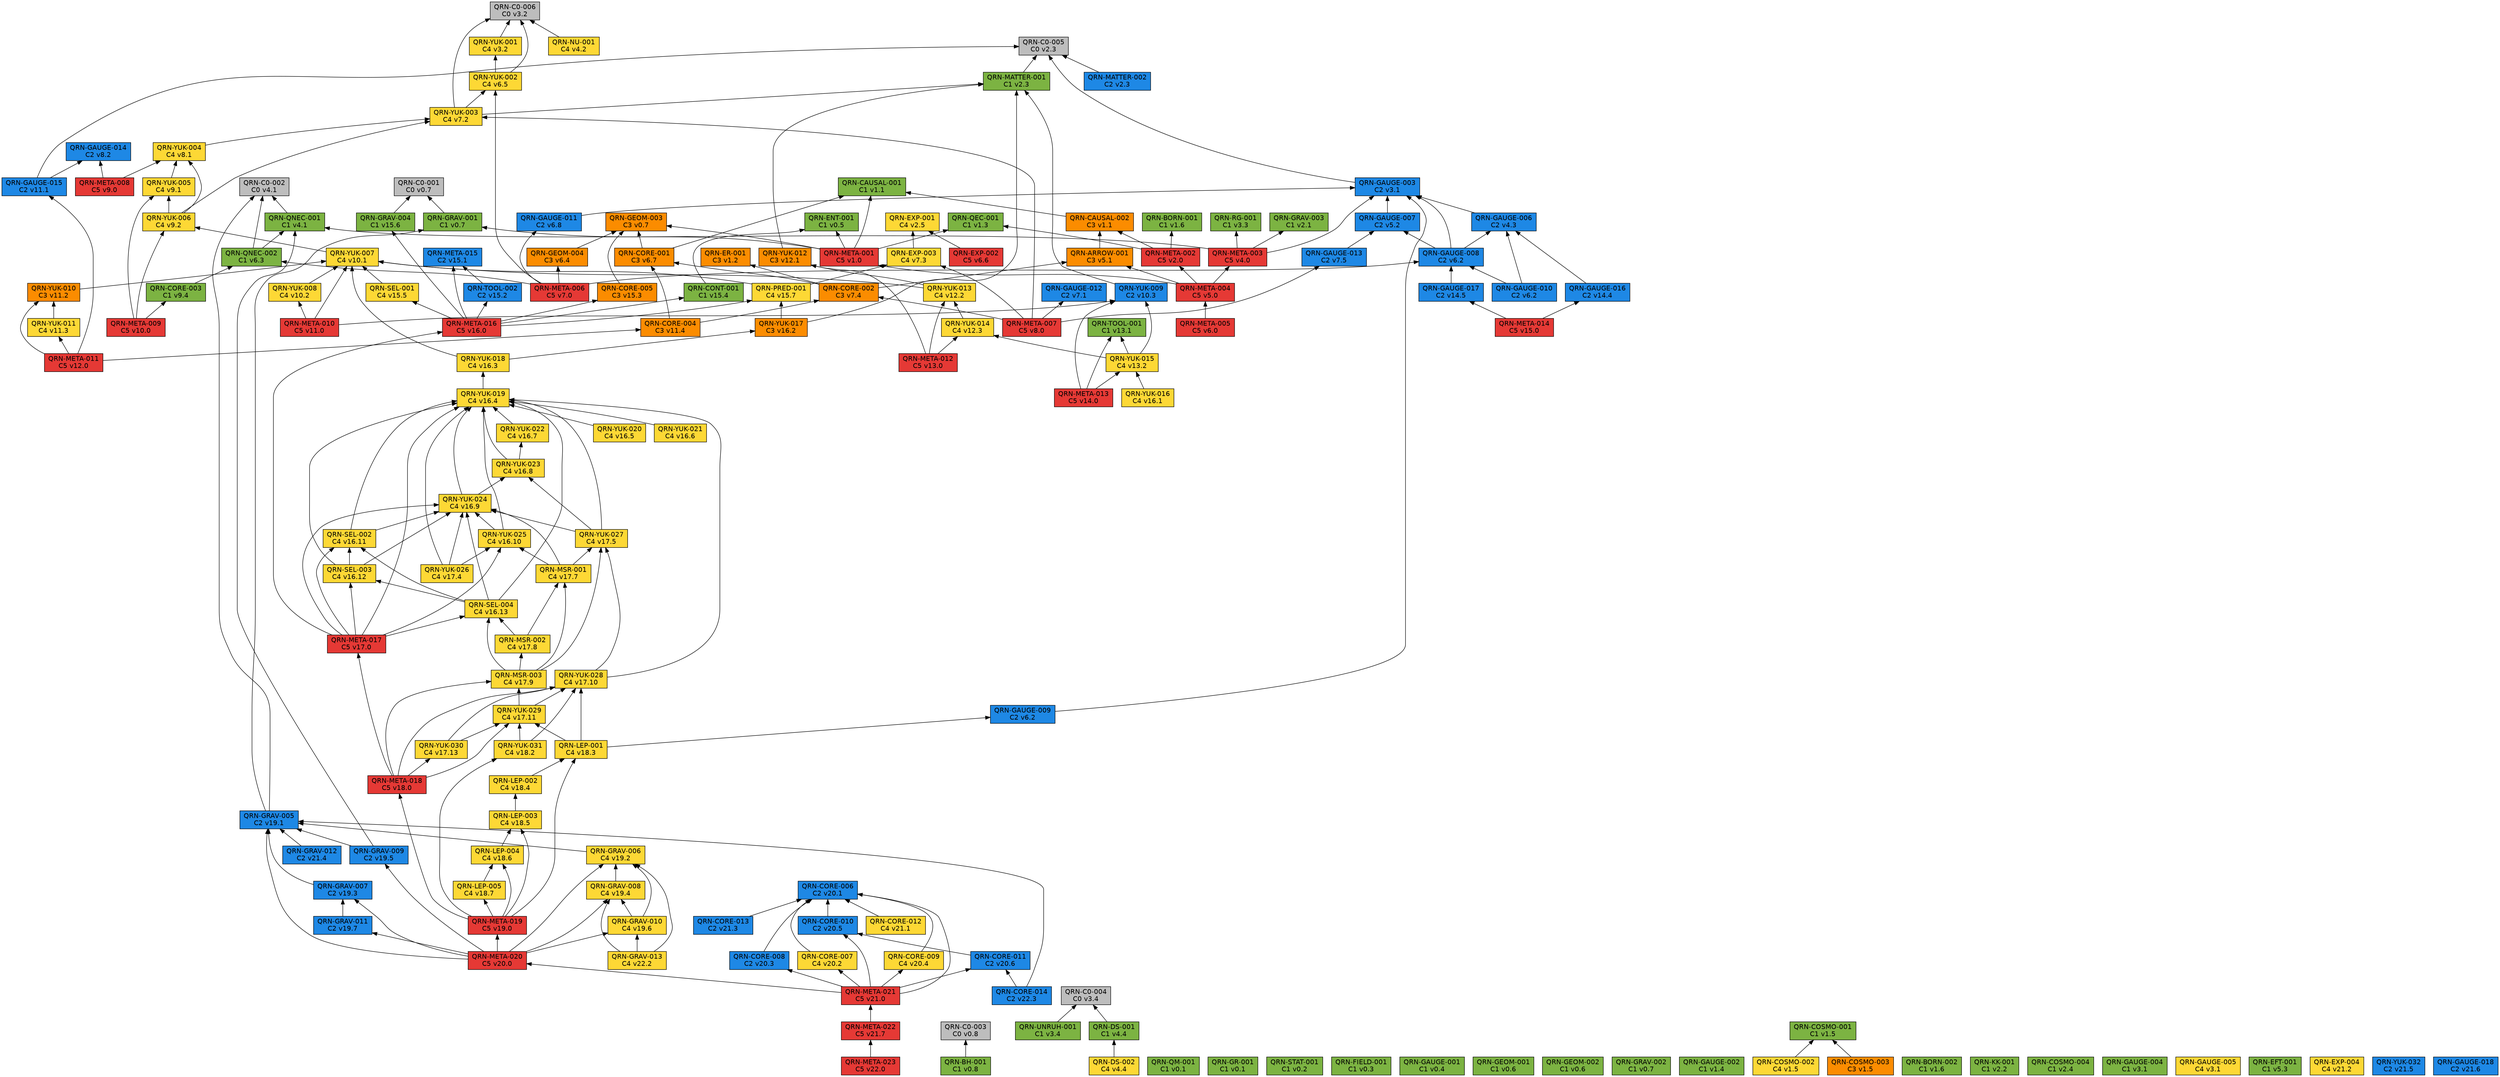
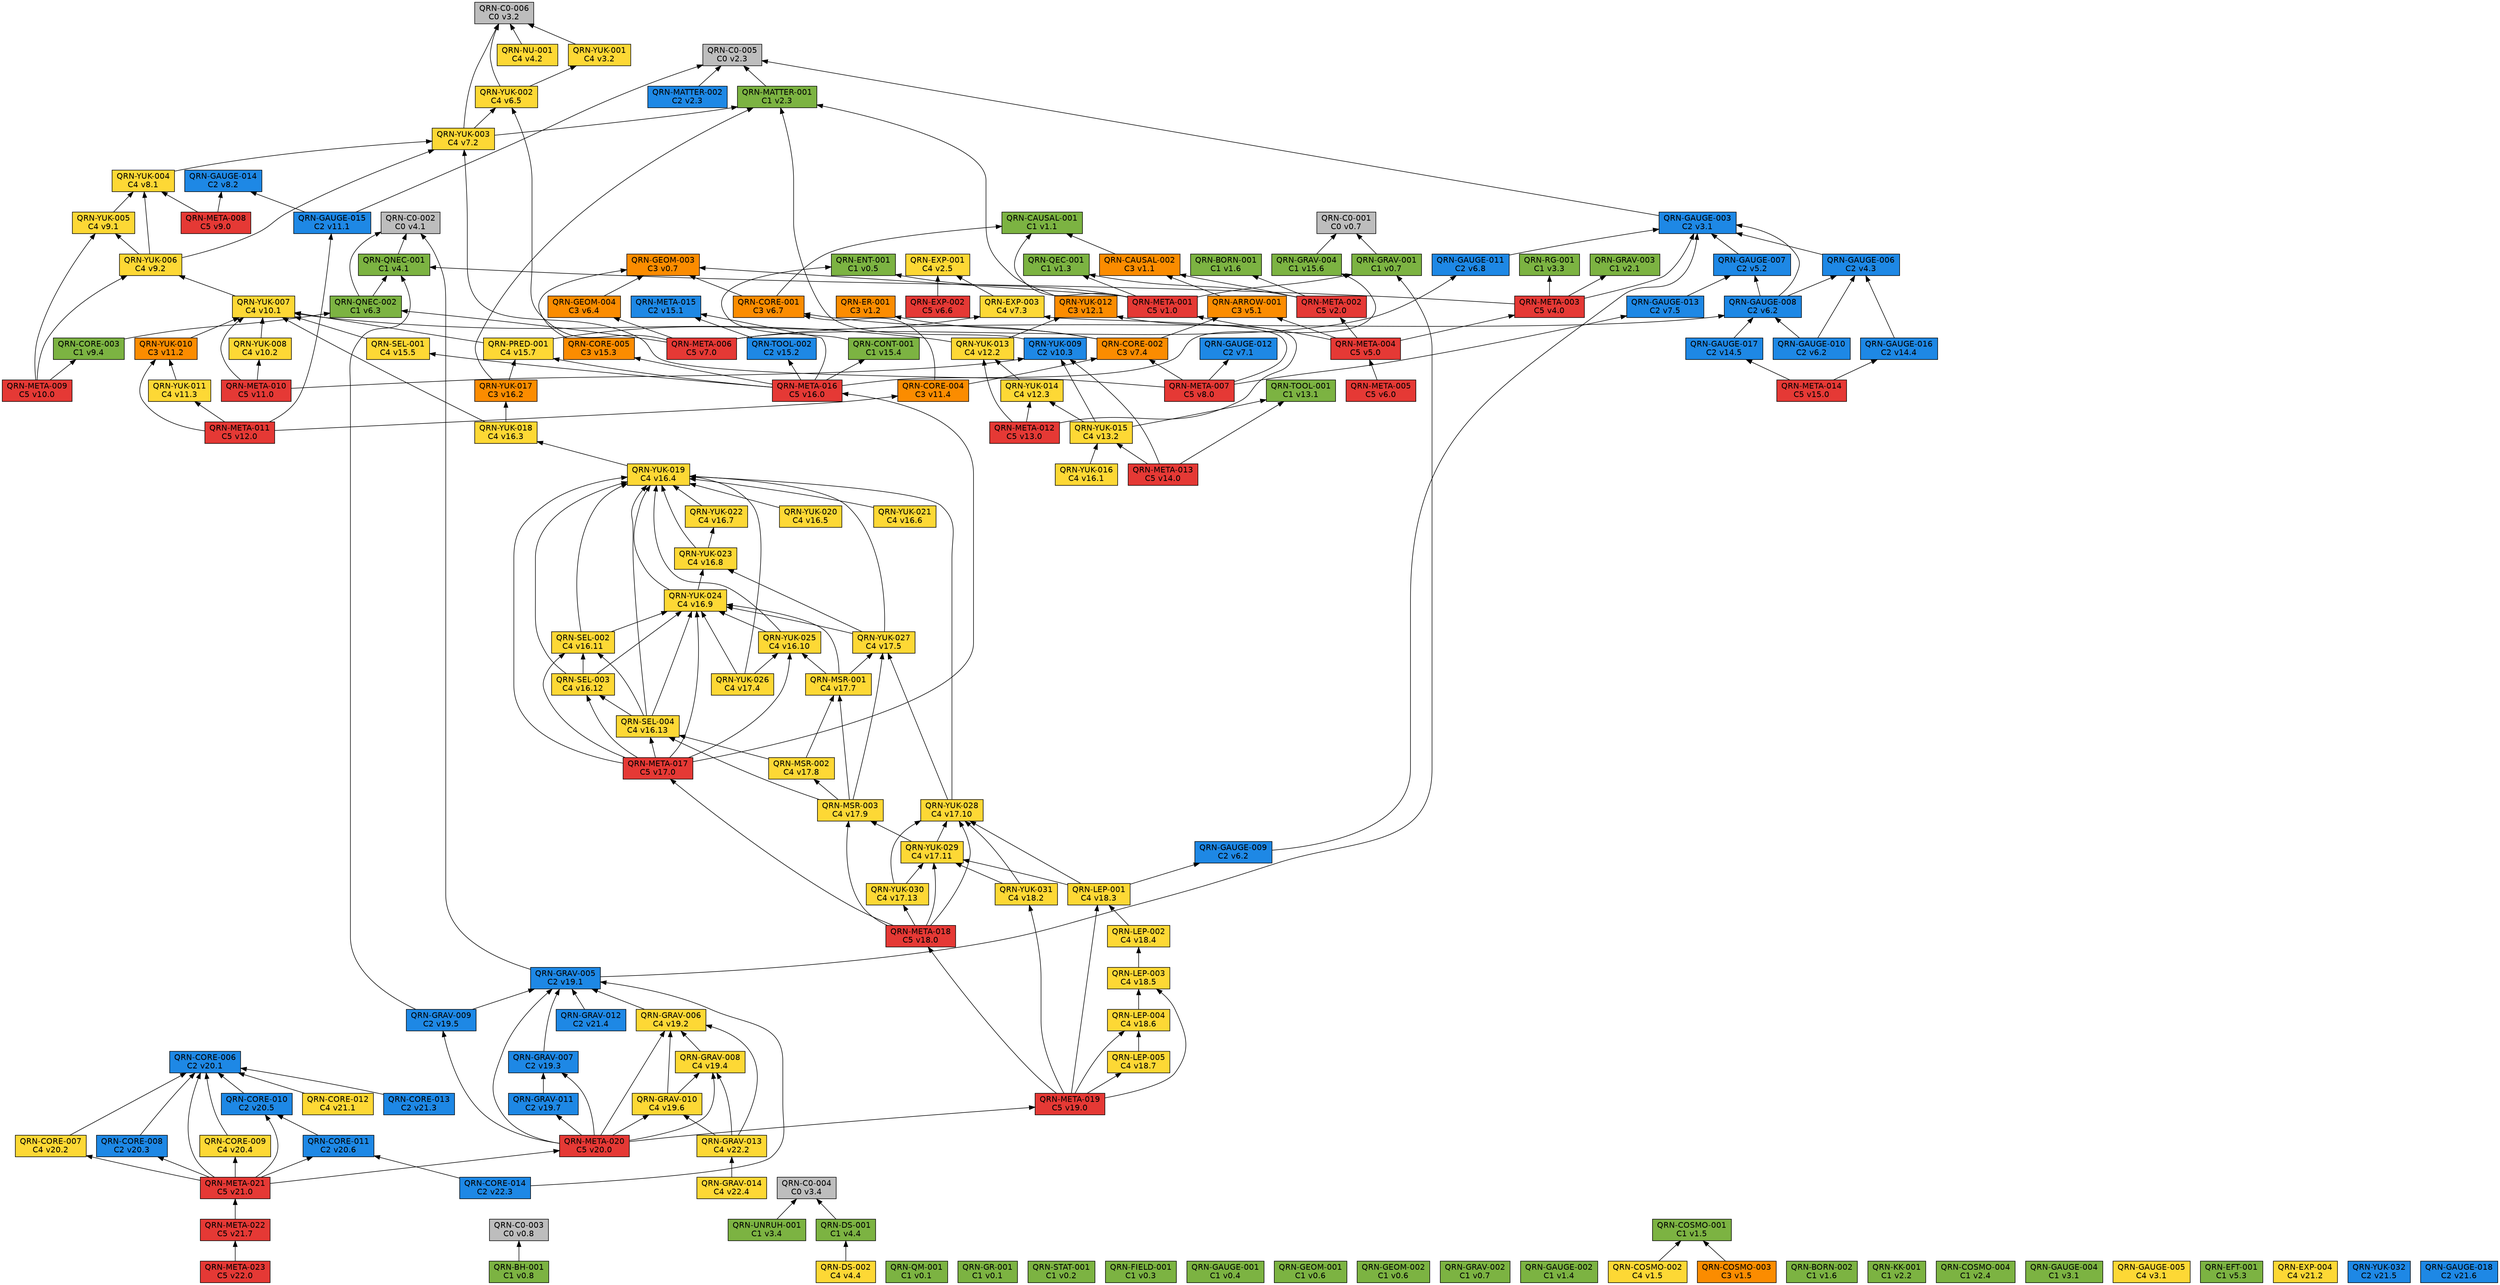
// 自動生成 (dag/report.pl) — QRN 主張依存グラフ
digraph qrn {
  rankdir=BT;
  node [shape=box, style=filled, fontname="Helvetica"];
  "QRN-C0-001" [fillcolor="#bdbdbd", label="QRN-C0-001\nC0 v0.7"];
  "QRN-C0-002" [fillcolor="#bdbdbd", label="QRN-C0-002\nC0 v4.1"];
  "QRN-C0-003" [fillcolor="#bdbdbd", label="QRN-C0-003\nC0 v0.8"];
  "QRN-C0-004" [fillcolor="#bdbdbd", label="QRN-C0-004\nC0 v3.4"];
  "QRN-C0-005" [fillcolor="#bdbdbd", label="QRN-C0-005\nC0 v2.3"];
  "QRN-C0-006" [fillcolor="#bdbdbd", label="QRN-C0-006\nC0 v3.2"];
  "QRN-QM-001" [fillcolor="#7cb342", label="QRN-QM-001\nC1 v0.1"];
  "QRN-GR-001" [fillcolor="#7cb342", label="QRN-GR-001\nC1 v0.1"];
  "QRN-STAT-001" [fillcolor="#7cb342", label="QRN-STAT-001\nC1 v0.2"];
  "QRN-FIELD-001" [fillcolor="#7cb342", label="QRN-FIELD-001\nC1 v0.3"];
  "QRN-GAUGE-001" [fillcolor="#7cb342", label="QRN-GAUGE-001\nC1 v0.4"];
  "QRN-ENT-001" [fillcolor="#7cb342", label="QRN-ENT-001\nC1 v0.5"];
  "QRN-GEOM-001" [fillcolor="#7cb342", label="QRN-GEOM-001\nC1 v0.6"];
  "QRN-GEOM-002" [fillcolor="#7cb342", label="QRN-GEOM-002\nC1 v0.6"];
  "QRN-GEOM-003" [fillcolor="#fb8c00", label="QRN-GEOM-003\nC3 v0.7"];
  "QRN-GRAV-001" [fillcolor="#7cb342", label="QRN-GRAV-001\nC1 v0.7"];
  "QRN-GRAV-002" [fillcolor="#7cb342", label="QRN-GRAV-002\nC1 v0.7"];
  "QRN-BH-001" [fillcolor="#7cb342", label="QRN-BH-001\nC1 v0.8"];
  "QRN-CAUSAL-001" [fillcolor="#7cb342", label="QRN-CAUSAL-001\nC1 v1.1"];
  "QRN-CAUSAL-002" [fillcolor="#fb8c00", label="QRN-CAUSAL-002\nC3 v1.1"];
  "QRN-ER-001" [fillcolor="#fb8c00", label="QRN-ER-001\nC3 v1.2"];
  "QRN-QEC-001" [fillcolor="#7cb342", label="QRN-QEC-001\nC1 v1.3"];
  "QRN-GAUGE-002" [fillcolor="#7cb342", label="QRN-GAUGE-002\nC1 v1.4"];
  "QRN-COSMO-001" [fillcolor="#7cb342", label="QRN-COSMO-001\nC1 v1.5"];
  "QRN-COSMO-002" [fillcolor="#fdd835", label="QRN-COSMO-002\nC4 v1.5"];
  "QRN-COSMO-003" [fillcolor="#fb8c00", label="QRN-COSMO-003\nC3 v1.5"];
  "QRN-BORN-001" [fillcolor="#7cb342", label="QRN-BORN-001\nC1 v1.6"];
  "QRN-BORN-002" [fillcolor="#7cb342", label="QRN-BORN-002\nC1 v1.6"];
  "QRN-GRAV-003" [fillcolor="#7cb342", label="QRN-GRAV-003\nC1 v2.1"];
  "QRN-KK-001" [fillcolor="#7cb342", label="QRN-KK-001\nC1 v2.2"];
  "QRN-MATTER-001" [fillcolor="#7cb342", label="QRN-MATTER-001\nC1 v2.3"];
  "QRN-MATTER-002" [fillcolor="#1e88e5", label="QRN-MATTER-002\nC2 v2.3"];
  "QRN-COSMO-004" [fillcolor="#7cb342", label="QRN-COSMO-004\nC1 v2.4"];
  "QRN-EXP-001" [fillcolor="#fdd835", label="QRN-EXP-001\nC4 v2.5"];
  "QRN-GAUGE-003" [fillcolor="#1e88e5", label="QRN-GAUGE-003\nC2 v3.1"];
  "QRN-GAUGE-004" [fillcolor="#7cb342", label="QRN-GAUGE-004\nC1 v3.1"];
  "QRN-GAUGE-005" [fillcolor="#fdd835", label="QRN-GAUGE-005\nC4 v3.1"];
  "QRN-YUK-001" [fillcolor="#fdd835", label="QRN-YUK-001\nC4 v3.2"];
  "QRN-RG-001" [fillcolor="#7cb342", label="QRN-RG-001\nC1 v3.3"];
  "QRN-UNRUH-001" [fillcolor="#7cb342", label="QRN-UNRUH-001\nC1 v3.4"];
  "QRN-QNEC-001" [fillcolor="#7cb342", label="QRN-QNEC-001\nC1 v4.1"];
  "QRN-NU-001" [fillcolor="#fdd835", label="QRN-NU-001\nC4 v4.2"];
  "QRN-GAUGE-006" [fillcolor="#1e88e5", label="QRN-GAUGE-006\nC2 v4.3"];
  "QRN-DS-001" [fillcolor="#7cb342", label="QRN-DS-001\nC1 v4.4"];
  "QRN-DS-002" [fillcolor="#fdd835", label="QRN-DS-002\nC4 v4.4"];
  "QRN-ARROW-001" [fillcolor="#fb8c00", label="QRN-ARROW-001\nC3 v5.1"];
  "QRN-GAUGE-007" [fillcolor="#1e88e5", label="QRN-GAUGE-007\nC2 v5.2"];
  "QRN-EFT-001" [fillcolor="#7cb342", label="QRN-EFT-001\nC1 v5.3"];
  "QRN-GAUGE-008" [fillcolor="#1e88e5", label="QRN-GAUGE-008\nC2 v6.2"];
  "QRN-GAUGE-009" [fillcolor="#1e88e5", label="QRN-GAUGE-009\nC2 v6.2"];
  "QRN-GAUGE-010" [fillcolor="#1e88e5", label="QRN-GAUGE-010\nC2 v6.2"];
  "QRN-QNEC-002" [fillcolor="#7cb342", label="QRN-QNEC-002\nC1 v6.3"];
  "QRN-GEOM-004" [fillcolor="#fb8c00", label="QRN-GEOM-004\nC3 v6.4"];
  "QRN-YUK-002" [fillcolor="#fdd835", label="QRN-YUK-002\nC4 v6.5"];
  "QRN-EXP-002" [fillcolor="#e53935", label="QRN-EXP-002\nC5 v6.6"];
  "QRN-CORE-001" [fillcolor="#fb8c00", label="QRN-CORE-001\nC3 v6.7"];
  "QRN-GAUGE-011" [fillcolor="#1e88e5", label="QRN-GAUGE-011\nC2 v6.8"];
  "QRN-GAUGE-012" [fillcolor="#1e88e5", label="QRN-GAUGE-012\nC2 v7.1"];
  "QRN-YUK-003" [fillcolor="#fdd835", label="QRN-YUK-003\nC4 v7.2"];
  "QRN-EXP-003" [fillcolor="#fdd835", label="QRN-EXP-003\nC4 v7.3"];
  "QRN-CORE-002" [fillcolor="#fb8c00", label="QRN-CORE-002\nC3 v7.4"];
  "QRN-GAUGE-013" [fillcolor="#1e88e5", label="QRN-GAUGE-013\nC2 v7.5"];
  "QRN-YUK-004" [fillcolor="#fdd835", label="QRN-YUK-004\nC4 v8.1"];
  "QRN-GAUGE-014" [fillcolor="#1e88e5", label="QRN-GAUGE-014\nC2 v8.2"];
  "QRN-META-001" [fillcolor="#e53935", label="QRN-META-001\nC5 v1.0"];
  "QRN-META-002" [fillcolor="#e53935", label="QRN-META-002\nC5 v2.0"];
  "QRN-META-003" [fillcolor="#e53935", label="QRN-META-003\nC5 v4.0"];
  "QRN-META-004" [fillcolor="#e53935", label="QRN-META-004\nC5 v5.0"];
  "QRN-META-005" [fillcolor="#e53935", label="QRN-META-005\nC5 v6.0"];
  "QRN-META-006" [fillcolor="#e53935", label="QRN-META-006\nC5 v7.0"];
  "QRN-META-007" [fillcolor="#e53935", label="QRN-META-007\nC5 v8.0"];
  "QRN-META-008" [fillcolor="#e53935", label="QRN-META-008\nC5 v9.0"];
  "QRN-YUK-005" [fillcolor="#fdd835", label="QRN-YUK-005\nC4 v9.1"];
  "QRN-YUK-006" [fillcolor="#fdd835", label="QRN-YUK-006\nC4 v9.2"];
  "QRN-CORE-003" [fillcolor="#7cb342", label="QRN-CORE-003\nC1 v9.4"];
  "QRN-META-009" [fillcolor="#e53935", label="QRN-META-009\nC5 v10.0"];
  "QRN-YUK-007" [fillcolor="#fdd835", label="QRN-YUK-007\nC4 v10.1"];
  "QRN-YUK-008" [fillcolor="#fdd835", label="QRN-YUK-008\nC4 v10.2"];
  "QRN-YUK-009" [fillcolor="#1e88e5", label="QRN-YUK-009\nC2 v10.3"];
  "QRN-META-010" [fillcolor="#e53935", label="QRN-META-010\nC5 v11.0"];
  "QRN-GAUGE-015" [fillcolor="#1e88e5", label="QRN-GAUGE-015\nC2 v11.1"];
  "QRN-YUK-010" [fillcolor="#fb8c00", label="QRN-YUK-010\nC3 v11.2"];
  "QRN-YUK-011" [fillcolor="#fdd835", label="QRN-YUK-011\nC4 v11.3"];
  "QRN-CORE-004" [fillcolor="#fb8c00", label="QRN-CORE-004\nC3 v11.4"];
  "QRN-META-011" [fillcolor="#e53935", label="QRN-META-011\nC5 v12.0"];
  "QRN-YUK-012" [fillcolor="#fb8c00", label="QRN-YUK-012\nC3 v12.1"];
  "QRN-YUK-013" [fillcolor="#fdd835", label="QRN-YUK-013\nC4 v12.2"];
  "QRN-YUK-014" [fillcolor="#fdd835", label="QRN-YUK-014\nC4 v12.3"];
  "QRN-META-012" [fillcolor="#e53935", label="QRN-META-012\nC5 v13.0"];
  "QRN-TOOL-001" [fillcolor="#7cb342", label="QRN-TOOL-001\nC1 v13.1"];
  "QRN-YUK-015" [fillcolor="#fdd835", label="QRN-YUK-015\nC4 v13.2"];
  "QRN-META-013" [fillcolor="#e53935", label="QRN-META-013\nC5 v14.0"];
  "QRN-GAUGE-016" [fillcolor="#1e88e5", label="QRN-GAUGE-016\nC2 v14.4"];
  "QRN-GAUGE-017" [fillcolor="#1e88e5", label="QRN-GAUGE-017\nC2 v14.5"];
  "QRN-META-014" [fillcolor="#e53935", label="QRN-META-014\nC5 v15.0"];
  "QRN-META-015" [fillcolor="#1e88e5", label="QRN-META-015\nC2 v15.1"];
  "QRN-TOOL-002" [fillcolor="#1e88e5", label="QRN-TOOL-002\nC2 v15.2"];
  "QRN-CORE-005" [fillcolor="#fb8c00", label="QRN-CORE-005\nC3 v15.3"];
  "QRN-CONT-001" [fillcolor="#7cb342", label="QRN-CONT-001\nC1 v15.4"];
  "QRN-SEL-001" [fillcolor="#fdd835", label="QRN-SEL-001\nC4 v15.5"];
  "QRN-GRAV-004" [fillcolor="#7cb342", label="QRN-GRAV-004\nC1 v15.6"];
  "QRN-PRED-001" [fillcolor="#fdd835", label="QRN-PRED-001\nC4 v15.7"];
  "QRN-META-016" [fillcolor="#e53935", label="QRN-META-016\nC5 v16.0"];
  "QRN-YUK-016" [fillcolor="#fdd835", label="QRN-YUK-016\nC4 v16.1"];
  "QRN-YUK-017" [fillcolor="#fb8c00", label="QRN-YUK-017\nC3 v16.2"];
  "QRN-YUK-018" [fillcolor="#fdd835", label="QRN-YUK-018\nC4 v16.3"];
  "QRN-YUK-019" [fillcolor="#fdd835", label="QRN-YUK-019\nC4 v16.4"];
  "QRN-YUK-020" [fillcolor="#fdd835", label="QRN-YUK-020\nC4 v16.5"];
  "QRN-YUK-021" [fillcolor="#fdd835", label="QRN-YUK-021\nC4 v16.6"];
  "QRN-YUK-022" [fillcolor="#fdd835", label="QRN-YUK-022\nC4 v16.7"];
  "QRN-YUK-023" [fillcolor="#fdd835", label="QRN-YUK-023\nC4 v16.8"];
  "QRN-YUK-024" [fillcolor="#fdd835", label="QRN-YUK-024\nC4 v16.9"];
  "QRN-YUK-025" [fillcolor="#fdd835", label="QRN-YUK-025\nC4 v16.10"];
  "QRN-SEL-002" [fillcolor="#fdd835", label="QRN-SEL-002\nC4 v16.11"];
  "QRN-SEL-003" [fillcolor="#fdd835", label="QRN-SEL-003\nC4 v16.12"];
  "QRN-SEL-004" [fillcolor="#fdd835", label="QRN-SEL-004\nC4 v16.13"];
  "QRN-META-017" [fillcolor="#e53935", label="QRN-META-017\nC5 v17.0"];
  "QRN-YUK-026" [fillcolor="#fdd835", label="QRN-YUK-026\nC4 v17.4"];
  "QRN-YUK-027" [fillcolor="#fdd835", label="QRN-YUK-027\nC4 v17.5"];
  "QRN-MSR-001" [fillcolor="#fdd835", label="QRN-MSR-001\nC4 v17.7"];
  "QRN-MSR-002" [fillcolor="#fdd835", label="QRN-MSR-002\nC4 v17.8"];
  "QRN-MSR-003" [fillcolor="#fdd835", label="QRN-MSR-003\nC4 v17.9"];
  "QRN-YUK-028" [fillcolor="#fdd835", label="QRN-YUK-028\nC4 v17.10"];
  "QRN-YUK-029" [fillcolor="#fdd835", label="QRN-YUK-029\nC4 v17.11"];
  "QRN-YUK-030" [fillcolor="#fdd835", label="QRN-YUK-030\nC4 v17.13"];
  "QRN-META-018" [fillcolor="#e53935", label="QRN-META-018\nC5 v18.0"];
  "QRN-YUK-031" [fillcolor="#fdd835", label="QRN-YUK-031\nC4 v18.2"];
  "QRN-LEP-001" [fillcolor="#fdd835", label="QRN-LEP-001\nC4 v18.3"];
  "QRN-LEP-002" [fillcolor="#fdd835", label="QRN-LEP-002\nC4 v18.4"];
  "QRN-LEP-003" [fillcolor="#fdd835", label="QRN-LEP-003\nC4 v18.5"];
  "QRN-LEP-004" [fillcolor="#fdd835", label="QRN-LEP-004\nC4 v18.6"];
  "QRN-LEP-005" [fillcolor="#fdd835", label="QRN-LEP-005\nC4 v18.7"];
  "QRN-META-019" [fillcolor="#e53935", label="QRN-META-019\nC5 v19.0"];
  "QRN-GRAV-005" [fillcolor="#1e88e5", label="QRN-GRAV-005\nC2 v19.1"];
  "QRN-GRAV-006" [fillcolor="#fdd835", label="QRN-GRAV-006\nC4 v19.2"];
  "QRN-GRAV-007" [fillcolor="#1e88e5", label="QRN-GRAV-007\nC2 v19.3"];
  "QRN-GRAV-008" [fillcolor="#fdd835", label="QRN-GRAV-008\nC4 v19.4"];
  "QRN-GRAV-009" [fillcolor="#1e88e5", label="QRN-GRAV-009\nC2 v19.5"];
  "QRN-GRAV-010" [fillcolor="#fdd835", label="QRN-GRAV-010\nC4 v19.6"];
  "QRN-GRAV-011" [fillcolor="#1e88e5", label="QRN-GRAV-011\nC2 v19.7"];
  "QRN-META-020" [fillcolor="#e53935", label="QRN-META-020\nC5 v20.0"];
  "QRN-CORE-006" [fillcolor="#1e88e5", label="QRN-CORE-006\nC2 v20.1"];
  "QRN-CORE-007" [fillcolor="#fdd835", label="QRN-CORE-007\nC4 v20.2"];
  "QRN-CORE-008" [fillcolor="#1e88e5", label="QRN-CORE-008\nC2 v20.3"];
  "QRN-CORE-009" [fillcolor="#fdd835", label="QRN-CORE-009\nC4 v20.4"];
  "QRN-CORE-010" [fillcolor="#1e88e5", label="QRN-CORE-010\nC2 v20.5"];
  "QRN-CORE-011" [fillcolor="#1e88e5", label="QRN-CORE-011\nC2 v20.6"];
  "QRN-META-021" [fillcolor="#e53935", label="QRN-META-021\nC5 v21.0"];
  "QRN-CORE-012" [fillcolor="#fdd835", label="QRN-CORE-012\nC4 v21.1"];
  "QRN-EXP-004" [fillcolor="#fdd835", label="QRN-EXP-004\nC4 v21.2"];
  "QRN-CORE-013" [fillcolor="#1e88e5", label="QRN-CORE-013\nC2 v21.3"];
  "QRN-GRAV-012" [fillcolor="#1e88e5", label="QRN-GRAV-012\nC2 v21.4"];
  "QRN-YUK-032" [fillcolor="#1e88e5", label="QRN-YUK-032\nC2 v21.5"];
  "QRN-GAUGE-018" [fillcolor="#1e88e5", label="QRN-GAUGE-018\nC2 v21.6"];
  "QRN-META-022" [fillcolor="#e53935", label="QRN-META-022\nC5 v21.7"];
  "QRN-META-023" [fillcolor="#e53935", label="QRN-META-023\nC5 v22.0"];
  "QRN-CORE-014" [fillcolor="#1e88e5", label="QRN-CORE-014\nC2 v22.3"];
  "QRN-GRAV-013" [fillcolor="#fdd835", label="QRN-GRAV-013\nC4 v22.2"];
+   "QRN-GRAV-014" [fillcolor="#fdd835", label="QRN-GRAV-014\nC4 v22.4"];
  "QRN-GRAV-001" -> "QRN-C0-001";
  "QRN-BH-001" -> "QRN-C0-003";
  "QRN-CAUSAL-002" -> "QRN-CAUSAL-001";
  "QRN-COSMO-002" -> "QRN-COSMO-001";
  "QRN-COSMO-003" -> "QRN-COSMO-001";
  "QRN-MATTER-001" -> "QRN-C0-005";
  "QRN-MATTER-002" -> "QRN-C0-005";
  "QRN-GAUGE-003" -> "QRN-C0-005";
  "QRN-YUK-001" -> "QRN-C0-006";
  "QRN-UNRUH-001" -> "QRN-C0-004";
  "QRN-QNEC-001" -> "QRN-C0-002";
  "QRN-NU-001" -> "QRN-C0-006";
  "QRN-GAUGE-006" -> "QRN-GAUGE-003";
  "QRN-DS-001" -> "QRN-C0-004";
  "QRN-DS-002" -> "QRN-DS-001";
  "QRN-ARROW-001" -> "QRN-CAUSAL-002";
  "QRN-GAUGE-007" -> "QRN-GAUGE-003";
  "QRN-GAUGE-008" -> "QRN-GAUGE-003";
  "QRN-GAUGE-008" -> "QRN-GAUGE-006";
  "QRN-GAUGE-008" -> "QRN-GAUGE-007";
  "QRN-GAUGE-009" -> "QRN-GAUGE-003";
  "QRN-GAUGE-010" -> "QRN-GAUGE-006";
  "QRN-GAUGE-010" -> "QRN-GAUGE-008";
  "QRN-QNEC-002" -> "QRN-C0-002";
  "QRN-QNEC-002" -> "QRN-QNEC-001";
  "QRN-GEOM-004" -> "QRN-GEOM-003";
  "QRN-YUK-002" -> "QRN-C0-006";
  "QRN-YUK-002" -> "QRN-YUK-001";
  "QRN-EXP-002" -> "QRN-EXP-001";
  "QRN-CORE-001" -> "QRN-GEOM-003";
  "QRN-CORE-001" -> "QRN-CAUSAL-001";
  "QRN-GAUGE-011" -> "QRN-GAUGE-003";
  "QRN-YUK-003" -> "QRN-C0-006";
  "QRN-YUK-003" -> "QRN-MATTER-001";
  "QRN-YUK-003" -> "QRN-YUK-002";
  "QRN-EXP-003" -> "QRN-EXP-001";
  "QRN-CORE-002" -> "QRN-CORE-001";
  "QRN-CORE-002" -> "QRN-ER-001";
  "QRN-CORE-002" -> "QRN-ARROW-001";
  "QRN-GAUGE-013" -> "QRN-GAUGE-007";
  "QRN-YUK-004" -> "QRN-YUK-003";
  "QRN-META-001" -> "QRN-GEOM-003";
  "QRN-META-001" -> "QRN-GRAV-001";
  "QRN-META-001" -> "QRN-CAUSAL-001";
  "QRN-META-001" -> "QRN-QEC-001";
  "QRN-META-001" -> "QRN-ENT-001";
  "QRN-META-002" -> "QRN-QEC-001";
  "QRN-META-002" -> "QRN-BORN-001";
  "QRN-META-002" -> "QRN-CAUSAL-002";
  "QRN-META-003" -> "QRN-GAUGE-003";
  "QRN-META-003" -> "QRN-RG-001";
  "QRN-META-003" -> "QRN-QNEC-001";
  "QRN-META-003" -> "QRN-GRAV-003";
  "QRN-META-004" -> "QRN-META-001";
  "QRN-META-004" -> "QRN-META-002";
  "QRN-META-004" -> "QRN-META-003";
  "QRN-META-004" -> "QRN-ARROW-001";
  "QRN-META-005" -> "QRN-META-004";
  "QRN-META-006" -> "QRN-GAUGE-008";
  "QRN-META-006" -> "QRN-QNEC-002";
  "QRN-META-006" -> "QRN-GEOM-004";
  "QRN-META-006" -> "QRN-YUK-002";
  "QRN-META-006" -> "QRN-GAUGE-011";
  "QRN-META-007" -> "QRN-GAUGE-012";
  "QRN-META-007" -> "QRN-YUK-003";
  "QRN-META-007" -> "QRN-EXP-003";
  "QRN-META-007" -> "QRN-CORE-002";
  "QRN-META-007" -> "QRN-GAUGE-013";
  "QRN-META-008" -> "QRN-YUK-004";
  "QRN-META-008" -> "QRN-GAUGE-014";
  "QRN-YUK-005" -> "QRN-YUK-004";
  "QRN-YUK-006" -> "QRN-YUK-003";
  "QRN-YUK-006" -> "QRN-YUK-004";
  "QRN-YUK-006" -> "QRN-YUK-005";
  "QRN-CORE-003" -> "QRN-QNEC-002";
  "QRN-META-009" -> "QRN-YUK-005";
  "QRN-META-009" -> "QRN-YUK-006";
  "QRN-META-009" -> "QRN-CORE-003";
  "QRN-YUK-007" -> "QRN-YUK-006";
  "QRN-YUK-008" -> "QRN-YUK-007";
  "QRN-YUK-009" -> "QRN-MATTER-001";
  "QRN-META-010" -> "QRN-YUK-007";
  "QRN-META-010" -> "QRN-YUK-008";
  "QRN-META-010" -> "QRN-YUK-009";
  "QRN-GAUGE-015" -> "QRN-C0-005";
  "QRN-GAUGE-015" -> "QRN-GAUGE-014";
  "QRN-YUK-010" -> "QRN-YUK-007";
  "QRN-YUK-011" -> "QRN-YUK-010";
  "QRN-CORE-004" -> "QRN-CORE-001";
  "QRN-CORE-004" -> "QRN-CORE-002";
  "QRN-META-011" -> "QRN-GAUGE-015";
  "QRN-META-011" -> "QRN-YUK-010";
  "QRN-META-011" -> "QRN-YUK-011";
  "QRN-META-011" -> "QRN-CORE-004";
  "QRN-YUK-012" -> "QRN-MATTER-001";
  "QRN-YUK-013" -> "QRN-YUK-012";
  "QRN-YUK-013" -> "QRN-YUK-007";
  "QRN-YUK-014" -> "QRN-YUK-013";
  "QRN-META-012" -> "QRN-YUK-012";
  "QRN-META-012" -> "QRN-YUK-013";
  "QRN-META-012" -> "QRN-YUK-014";
  "QRN-YUK-015" -> "QRN-YUK-014";
  "QRN-YUK-015" -> "QRN-TOOL-001";
  "QRN-YUK-015" -> "QRN-YUK-009";
  "QRN-META-013" -> "QRN-YUK-015";
  "QRN-META-013" -> "QRN-TOOL-001";
  "QRN-META-013" -> "QRN-YUK-009";
  "QRN-GAUGE-016" -> "QRN-GAUGE-006";
  "QRN-GAUGE-017" -> "QRN-GAUGE-008";
  "QRN-META-014" -> "QRN-GAUGE-016";
  "QRN-META-014" -> "QRN-GAUGE-017";
  "QRN-TOOL-002" -> "QRN-META-015";
  "QRN-CORE-005" -> "QRN-GEOM-003";
  "QRN-CONT-001" -> "QRN-ENT-001";
  "QRN-SEL-001" -> "QRN-YUK-007";
  "QRN-GRAV-004" -> "QRN-C0-001";
  "QRN-PRED-001" -> "QRN-YUK-007";
  "QRN-PRED-001" -> "QRN-EXP-003";
  "QRN-META-016" -> "QRN-META-015";
  "QRN-META-016" -> "QRN-TOOL-002";
  "QRN-META-016" -> "QRN-CORE-005";
  "QRN-META-016" -> "QRN-CONT-001";
  "QRN-META-016" -> "QRN-SEL-001";
  "QRN-META-016" -> "QRN-GRAV-004";
  "QRN-META-016" -> "QRN-PRED-001";
  "QRN-YUK-016" -> "QRN-YUK-015";
  "QRN-YUK-017" -> "QRN-MATTER-001";
  "QRN-YUK-017" -> "QRN-PRED-001";
  "QRN-YUK-018" -> "QRN-YUK-017";
  "QRN-YUK-018" -> "QRN-YUK-007";
  "QRN-YUK-019" -> "QRN-YUK-018";
  "QRN-YUK-020" -> "QRN-YUK-019";
  "QRN-YUK-021" -> "QRN-YUK-019";
  "QRN-YUK-022" -> "QRN-YUK-019";
  "QRN-YUK-023" -> "QRN-YUK-019";
  "QRN-YUK-023" -> "QRN-YUK-022";
  "QRN-YUK-024" -> "QRN-YUK-019";
  "QRN-YUK-024" -> "QRN-YUK-023";
  "QRN-YUK-025" -> "QRN-YUK-019";
  "QRN-YUK-025" -> "QRN-YUK-024";
  "QRN-SEL-002" -> "QRN-YUK-019";
  "QRN-SEL-002" -> "QRN-YUK-024";
  "QRN-SEL-003" -> "QRN-YUK-019";
  "QRN-SEL-003" -> "QRN-YUK-024";
  "QRN-SEL-003" -> "QRN-SEL-002";
  "QRN-SEL-004" -> "QRN-YUK-019";
  "QRN-SEL-004" -> "QRN-YUK-024";
  "QRN-SEL-004" -> "QRN-SEL-002";
  "QRN-SEL-004" -> "QRN-SEL-003";
  "QRN-META-017" -> "QRN-META-016";
  "QRN-META-017" -> "QRN-YUK-019";
  "QRN-META-017" -> "QRN-YUK-024";
  "QRN-META-017" -> "QRN-YUK-025";
  "QRN-META-017" -> "QRN-SEL-002";
  "QRN-META-017" -> "QRN-SEL-003";
  "QRN-META-017" -> "QRN-SEL-004";
  "QRN-YUK-026" -> "QRN-YUK-019";
  "QRN-YUK-026" -> "QRN-YUK-024";
  "QRN-YUK-026" -> "QRN-YUK-025";
  "QRN-YUK-027" -> "QRN-YUK-019";
  "QRN-YUK-027" -> "QRN-YUK-023";
  "QRN-YUK-027" -> "QRN-YUK-024";
  "QRN-MSR-001" -> "QRN-YUK-024";
  "QRN-MSR-001" -> "QRN-YUK-025";
  "QRN-MSR-001" -> "QRN-YUK-027";
  "QRN-MSR-002" -> "QRN-SEL-004";
  "QRN-MSR-002" -> "QRN-MSR-001";
  "QRN-MSR-003" -> "QRN-MSR-001";
  "QRN-MSR-003" -> "QRN-MSR-002";
  "QRN-MSR-003" -> "QRN-SEL-004";
  "QRN-MSR-003" -> "QRN-YUK-027";
  "QRN-YUK-028" -> "QRN-YUK-019";
  "QRN-YUK-028" -> "QRN-YUK-027";
  "QRN-YUK-029" -> "QRN-YUK-028";
  "QRN-YUK-029" -> "QRN-MSR-003";
  "QRN-YUK-030" -> "QRN-YUK-028";
  "QRN-YUK-030" -> "QRN-YUK-029";
  "QRN-META-018" -> "QRN-META-017";
  "QRN-META-018" -> "QRN-MSR-003";
  "QRN-META-018" -> "QRN-YUK-028";
  "QRN-META-018" -> "QRN-YUK-029";
  "QRN-META-018" -> "QRN-YUK-030";
  "QRN-YUK-031" -> "QRN-YUK-028";
  "QRN-YUK-031" -> "QRN-YUK-029";
  "QRN-LEP-001" -> "QRN-YUK-028";
  "QRN-LEP-001" -> "QRN-YUK-029";
  "QRN-LEP-001" -> "QRN-GAUGE-009";
  "QRN-LEP-002" -> "QRN-LEP-001";
  "QRN-LEP-003" -> "QRN-LEP-002";
  "QRN-LEP-004" -> "QRN-LEP-003";
  "QRN-LEP-005" -> "QRN-LEP-004";
  "QRN-META-019" -> "QRN-META-018";
  "QRN-META-019" -> "QRN-YUK-031";
  "QRN-META-019" -> "QRN-LEP-001";
  "QRN-META-019" -> "QRN-LEP-003";
  "QRN-META-019" -> "QRN-LEP-004";
  "QRN-META-019" -> "QRN-LEP-005";
  "QRN-GRAV-005" -> "QRN-C0-002";
  "QRN-GRAV-005" -> "QRN-GRAV-001";
  "QRN-GRAV-006" -> "QRN-GRAV-005";
  "QRN-GRAV-007" -> "QRN-GRAV-005";
  "QRN-GRAV-008" -> "QRN-GRAV-006";
  "QRN-GRAV-009" -> "QRN-GRAV-005";
  "QRN-GRAV-009" -> "QRN-QNEC-001";
  "QRN-GRAV-010" -> "QRN-GRAV-006";
  "QRN-GRAV-010" -> "QRN-GRAV-008";
  "QRN-GRAV-011" -> "QRN-GRAV-007";
  "QRN-META-020" -> "QRN-META-019";
  "QRN-META-020" -> "QRN-GRAV-005";
  "QRN-META-020" -> "QRN-GRAV-006";
  "QRN-META-020" -> "QRN-GRAV-007";
  "QRN-META-020" -> "QRN-GRAV-008";
  "QRN-META-020" -> "QRN-GRAV-009";
  "QRN-META-020" -> "QRN-GRAV-010";
  "QRN-META-020" -> "QRN-GRAV-011";
  "QRN-CORE-007" -> "QRN-CORE-006";
  "QRN-CORE-008" -> "QRN-CORE-006";
  "QRN-CORE-009" -> "QRN-CORE-006";
  "QRN-CORE-010" -> "QRN-CORE-006";
  "QRN-CORE-011" -> "QRN-CORE-010";
  "QRN-META-021" -> "QRN-META-020";
  "QRN-META-021" -> "QRN-CORE-006";
  "QRN-META-021" -> "QRN-CORE-007";
  "QRN-META-021" -> "QRN-CORE-008";
  "QRN-META-021" -> "QRN-CORE-009";
  "QRN-META-021" -> "QRN-CORE-010";
  "QRN-META-021" -> "QRN-CORE-011";
  "QRN-CORE-012" -> "QRN-CORE-006";
  "QRN-CORE-013" -> "QRN-CORE-006";
  "QRN-GRAV-012" -> "QRN-GRAV-005";
  "QRN-META-022" -> "QRN-META-021";
  "QRN-META-023" -> "QRN-META-022";
  "QRN-CORE-014" -> "QRN-CORE-011";
  "QRN-CORE-014" -> "QRN-GRAV-005";
  "QRN-GRAV-013" -> "QRN-GRAV-006";
  "QRN-GRAV-013" -> "QRN-GRAV-008";
  "QRN-GRAV-013" -> "QRN-GRAV-010";
+   "QRN-GRAV-014" -> "QRN-GRAV-013";
}
